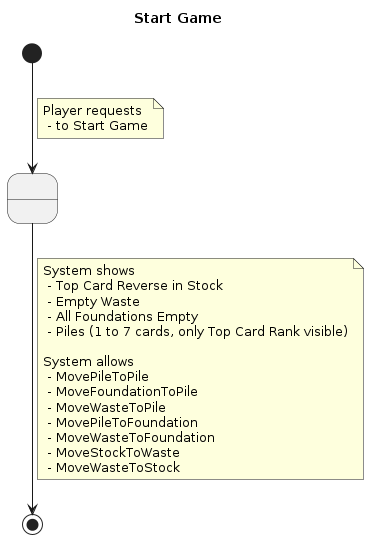
marinasayols/MDWP1RUP-Klondike keeps this PlantUML diagram as 02-requisitos/specifications/NewGame.png. Above is the earlier version.
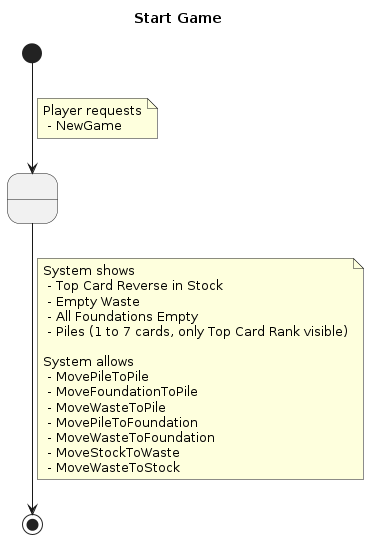
After the commit.

Commit message:
Update MoveStockToWaste & change startGame -> newGame

Change to the diagram source:
```diff
@@ -6,7 +6,7 @@
 [*] --> s1
 note on link
 	Player requests
-	 - to Start Game
+	 - NewGame
 end note
 s1 --> [*]
 note on link
```
